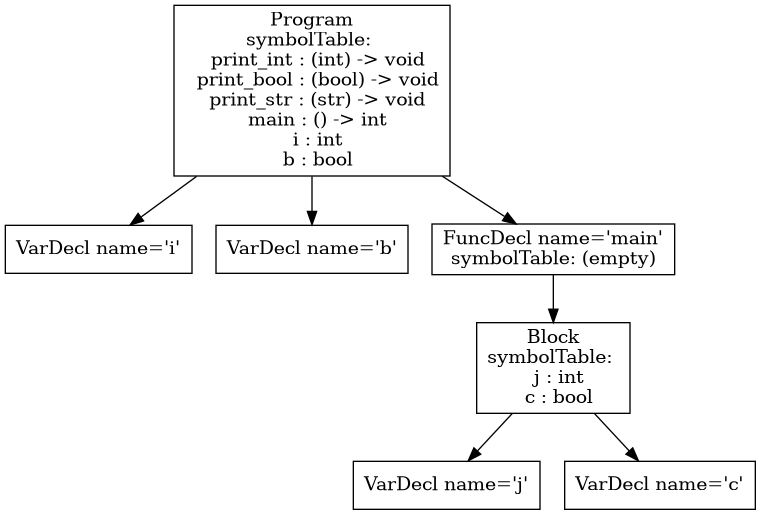
atrim11/CS432 keeps this Graphviz diagram as p3-analysis/tests/tree.png. Above is the earlier version. Its source is kept beside it as p3-analysis/tree.dot. The source it was exported from:
```dot
digraph AST {
1 [shape=box, label="VarDecl name='i'"];
2 [shape=box, label="VarDecl name='b'"];
5 [shape=box, label="VarDecl name='j'"];
6 [shape=box, label="VarDecl name='c'"];
4 [shape=box, label="Block\nsymbolTable: \n  j : int\n  c : bool"];
4 -> 5;
4 -> 6;
3 [shape=box, label="FuncDecl name='main'\nsymbolTable: (empty)"];
3 -> 4;
0 [shape=box, label="Program\nsymbolTable: \n  print_int : (int) -> void\n  print_bool : (bool) -> void\n  print_str : (str) -> void\n  main : () -> int\n  i : void\n  b : bool"];
0 -> 1;
0 -> 2;
0 -> 3;
}
```
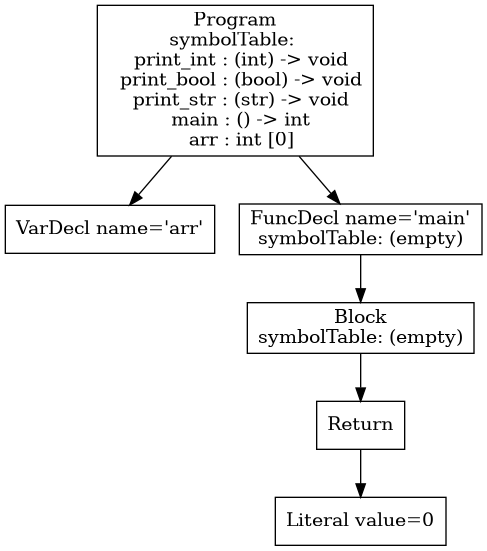
After the commit.

Change to the diagram source:
```diff
@@ -1,15 +1,23 @@
 digraph AST {
-1 [shape=box, label="VarDecl name='i'"];
-2 [shape=box, label="VarDecl name='b'"];
-5 [shape=box, label="VarDecl name='j'"];
-6 [shape=box, label="VarDecl name='c'"];
-4 [shape=box, label="Block\nsymbolTable: \n  j : int\n  c : bool"];
+1 [shape=box, label="VarDecl name='arr'"];
+6 [shape=box, label="Literal value=0"];
+5 [shape=box, label="Location name='arr'"];
+5 -> 6;
+7 [shape=box, label="Literal value=5"];
+4 [shape=box, label="Assignment"];
 4 -> 5;
-4 -> 6;
-3 [shape=box, label="FuncDecl name='main'\nsymbolTable: (empty)"];
+4 -> 7;
+10 [shape=box, label="Literal value=0"];
+9 [shape=box, label="Location name='arr'"];
+9 -> 10;
+8 [shape=box, label="Return"];
+8 -> 9;
+3 [shape=box, label="Block\nsymbolTable: (empty)"];
 3 -> 4;
-0 [shape=box, label="Program\nsymbolTable: \n  print_int : (int) -> void\n  print_bool : (bool) -> void\n  print_str : (str) -> void\n  main : () -> int\n  i : void\n  b : bool"];
+3 -> 8;
+2 [shape=box, label="FuncDecl name='main'\nsymbolTable: (empty)"];
+2 -> 3;
+0 [shape=box, label="Program\nsymbolTable: \n  print_int : (int) -> void\n  print_bool : (bool) -> void\n  print_str : (str) -> void\n  main : () -> int\n  arr : int [10]"];
 0 -> 1;
 0 -> 2;
-0 -> 3;
 }
```
